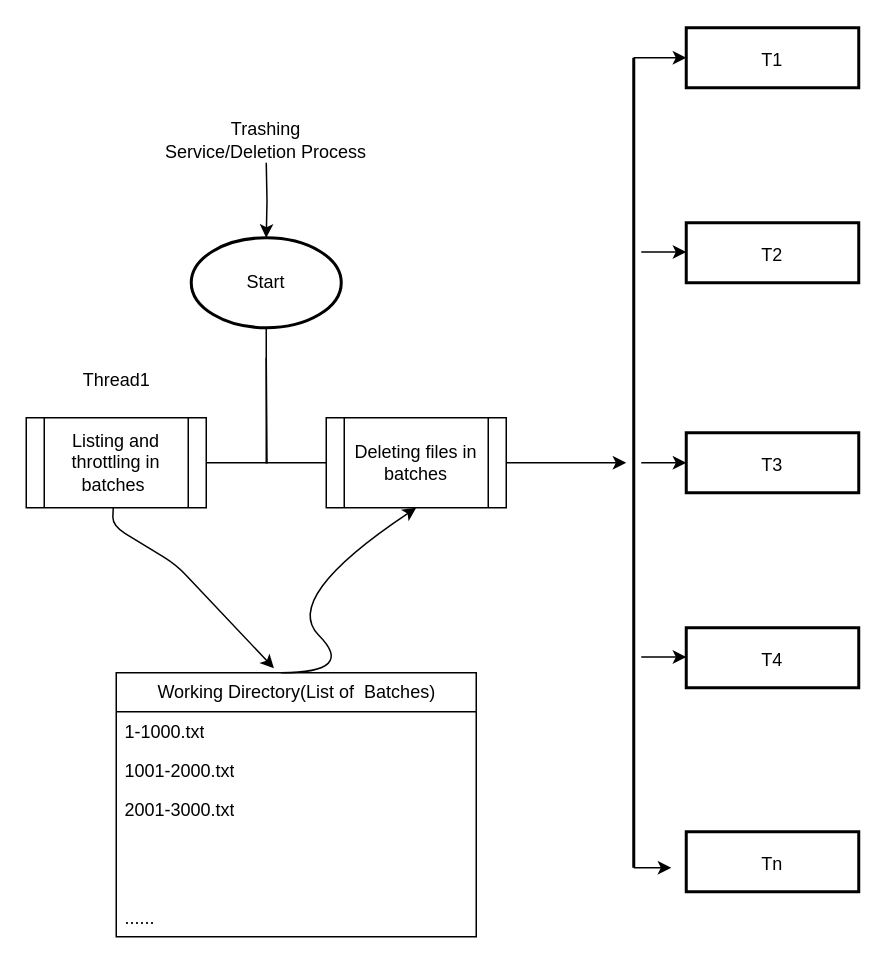
Earlier version of the draw.io diagram Untitled Diagram.drawio (chintu10cs25/TrashingService). Source tidied: cells renumbered, new cells numbered last; positions are measured from the earlier drawing's top-left corner, leaving out a move shared by most shapes. Both pictures are drawn from the tidied source at 150%, with x=0, y=0 at pixel (26, 27).
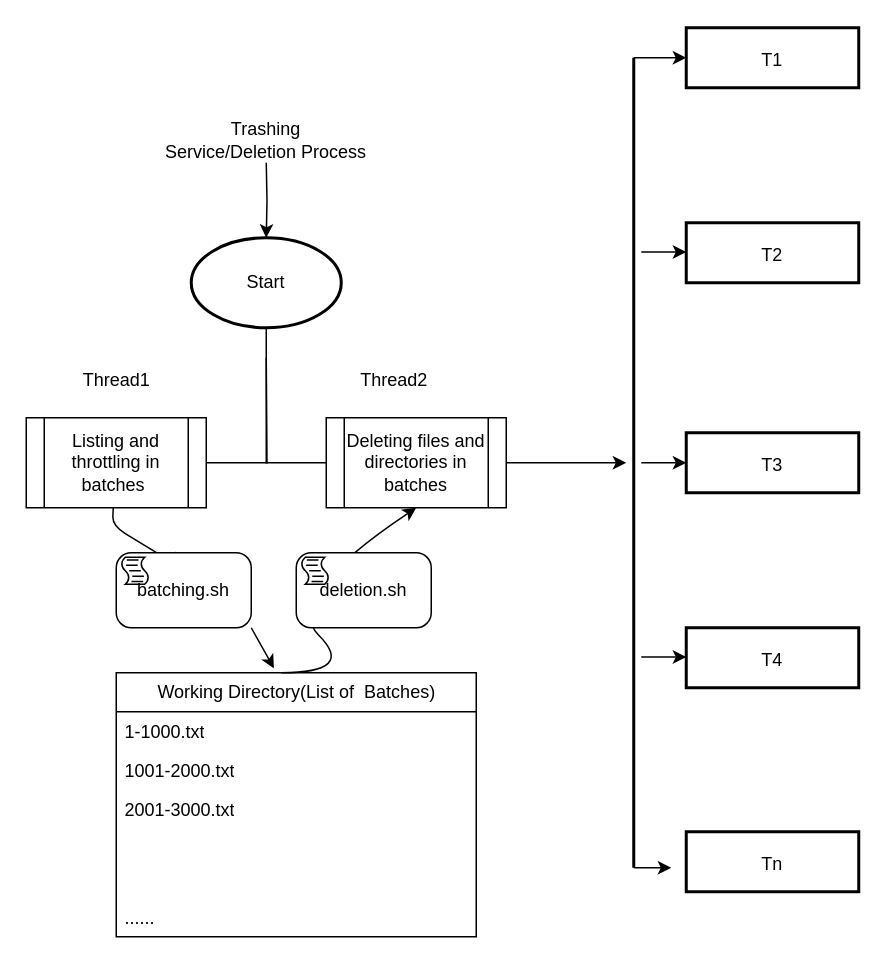
Above is the later version.

Unchanged cells that the change refers to:
```xml
<mxCell id="9" value="Working Directory(List of&amp;nbsp; Batches)" style="swimlane;fontStyle=0;horizontal=1;startSize=26;fillColor=none;html=1;" parent="1" vertex="1">
  <mxGeometry x="60" y="430" width="240" height="176" as="geometry" />
</mxCell>
```

Diff of the diagram source:
```diff
@@
-    <mxCell id="7" value="Deleting files in batches" style="shape=process;whiteSpace=wrap;html=1;backgroundOutline=1;" parent="1" vertex="1">
+    <mxCell id="7" value="Deleting files and directories in batches" style="shape=process;whiteSpace=wrap;html=1;backgroundOutline=1;" parent="1" vertex="1">
       <mxGeometry x="200" y="260" width="120" height="60" as="geometry" />
     </mxCell>
@@
-    <mxCell id="15" style="html=1;rounded=1;curved=0;sourcePerimeterSpacing=0;targetPerimeterSpacing=0;startSize=6;endSize=6;noEdgeStyle=1;orthogonal=1;entryX=0.438;entryY=-0.017;entryDx=0;entryDy=0;entryPerimeter=0;" parent="1" edge="1" target="9">
-      <mxGeometry relative="1" as="geometry">
-        <mxPoint x="58" y="320" as="sourcePoint" />
-        <Array as="points">
-          <mxPoint x="57.5" y="332" />
-          <mxPoint x="100" y="358" />
-        </Array>
-      </mxGeometry>
+    <mxCell id="15" style="html=1;rounded=1;curved=0;sourcePerimeterSpacing=0;targetPerimeterSpacing=0;startSize=6;endSize=6;noEdgeStyle=1;orthogonal=1;entryX=0.438;entryY=-0.017;entryDx=0;entryDy=0;entryPerimeter=0;" parent="1" edge="1" source="30" target="9">
+      <mxGeometry relative="1" as="geometry" />
     </mxCell>
@@
+    <mxCell id="29" style="html=1;rounded=1;curved=0;sourcePerimeterSpacing=0;targetPerimeterSpacing=0;startSize=6;endSize=6;noEdgeStyle=1;orthogonal=1;entryX=0.438;entryY=-0.017;entryDx=0;entryDy=0;entryPerimeter=0;" parent="1" edge="1" target="30">
+      <mxGeometry relative="1" as="geometry">
+        <mxPoint x="58" y="320" as="sourcePoint" />
+        <Array as="points">
+          <mxPoint x="57.5" y="332" />
+          <mxPoint x="100" y="358" />
+        </Array>
+      </mxGeometry>
+    </mxCell>
+    <mxCell id="30" value="batching.sh" style="points=[[0.25,0,0],[0.5,0,0],[0.75,0,0],[1,0.25,0],[1,0.5,0],[1,0.75,0],[0.75,1,0],[0.5,1,0],[0.25,1,0],[0,0.75,0],[0,0.5,0],[0,0.25,0]];shape=mxgraph.bpmn.task;whiteSpace=wrap;rectStyle=rounded;size=10;html=1;taskMarker=script;" parent="1" vertex="1">
+      <mxGeometry x="60" y="350" width="90" height="50" as="geometry" />
+    </mxCell>
+    <mxCell id="31" value="deletion.sh" style="shape=mxgraph.bpmn.task;whiteSpace=wrap;rectStyle=rounded;size=10;html=1;taskMarker=script;" parent="1" vertex="1">
+      <mxGeometry x="180" y="350" width="90" height="50" as="geometry" />
+    </mxCell>
+    <mxCell id="32" value="Thread2" style="text;html=1;align=center;verticalAlign=middle;strokeColor=none;fillColor=none;" parent="1" vertex="1">
+      <mxGeometry x="210" y="220" width="70" height="30" as="geometry" />
+    </mxCell>
```
